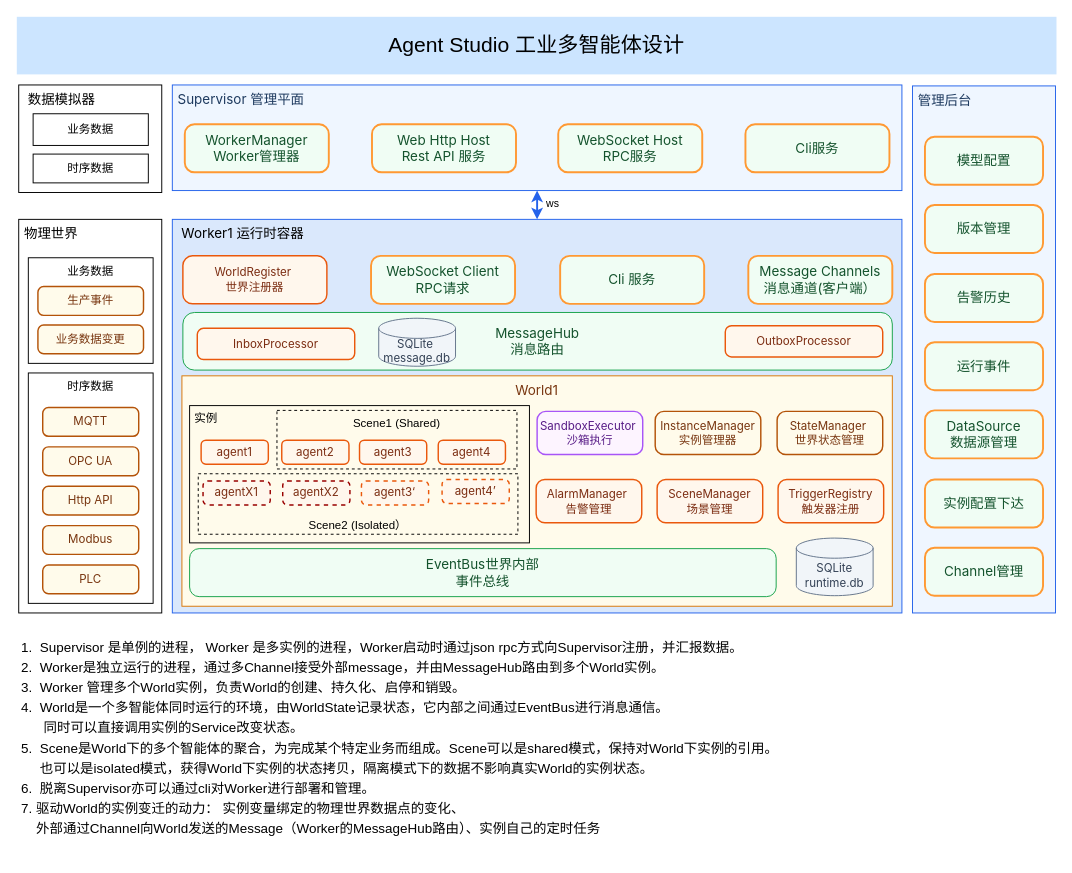
The draw.io diagram diagrams/agent-studio.drawio in yuzhigang/agent-studio, before the edit. Source tidied: cells renumbered, new cells numbered last; positions are measured from the earlier drawing's top-left corner, leaving out a move shared by most shapes. Both pictures are drawn from the tidied source at 96%, with x=0, y=0 at pixel (16, 16).
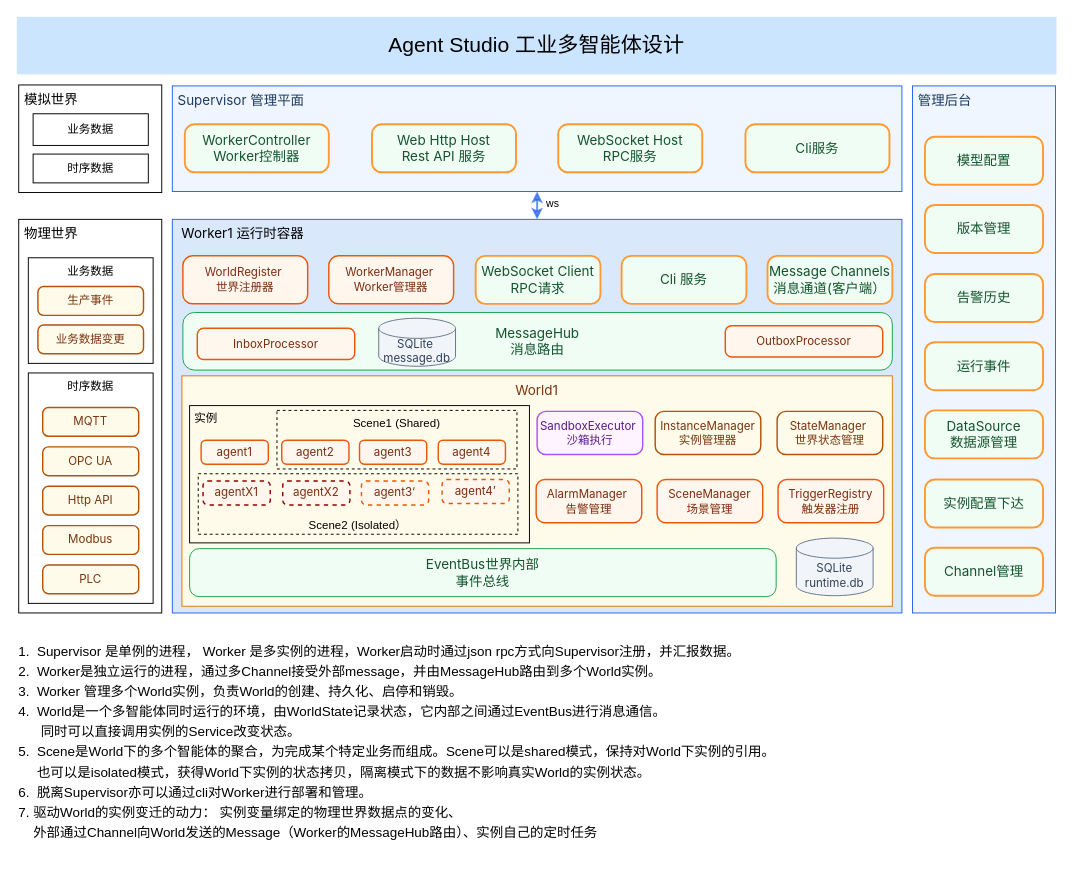
The same diagram, later.

Unchanged cells that the change refers to:
```xml
<mxCell id="3" value="&amp;nbsp; Worker1 运行时容器" style="rounded=0;arcSize=20;html=1;whiteSpace=wrap;fillColor=#dae8fc;strokeColor=#2563EB;strokeWidth=1;fontSize=14;fontFamily=Inter, Roboto, system-ui, -apple-system, sans-serif;verticalAlign=top;align=left;" parent="1" vertex="1">
  <mxGeometry x="162" y="211" width="760" height="410" as="geometry" />
</mxCell>
```

Change to the diagram source:
```diff
@@
-    <mxCell id="2" value="&amp;nbsp; 数据模拟器" style="rounded=0;arcSize=20;html=1;whiteSpace=wrap;strokeWidth=1;fontSize=14;fontFamily=Inter, Roboto, system-ui, -apple-system, sans-serif;verticalAlign=top;align=left;" parent="1" vertex="1">
+    <mxCell id="2" value="&amp;nbsp;模拟世界" style="rounded=0;arcSize=20;html=1;whiteSpace=wrap;strokeWidth=1;fontSize=14;fontFamily=Inter, Roboto, system-ui, -apple-system, sans-serif;verticalAlign=top;align=left;" parent="1" vertex="1">
       <mxGeometry x="2" y="71" width="149" height="112" as="geometry" />
     </mxCell>
@@
     <mxCell id="4" value="&amp;nbsp;Supervisor 管理平面" style="rounded=0;arcSize=20;html=1;whiteSpace=wrap;fillColor=#EFF6FF;strokeColor=#2563EB;strokeWidth=1;fontColor=#1E3A5F;fontSize=14;fontFamily=Inter, Roboto, system-ui, -apple-system, sans-serif;verticalAlign=top;align=left;" parent="1" vertex="1">
-      <mxGeometry x="162" y="71" width="760" height="110" as="geometry" />
+      <mxGeometry x="162" y="72" width="760" height="110" as="geometry" />
     </mxCell>
@@
+    <mxCell id="21" value="&amp;nbsp;实例" style="rounded=0;whiteSpace=wrap;html=1;fillColor=none;verticalAlign=top;align=left;" parent="1" vertex="1">
+      <mxGeometry x="180" y="405" width="354" height="143" as="geometry" />
+    </mxCell>
@@
-    <mxCell id="21" value="&amp;nbsp;实例" style="rounded=0;whiteSpace=wrap;html=1;fillColor=none;verticalAlign=top;align=left;" parent="1" vertex="1">
-      <mxGeometry x="180" y="405" width="354" height="143" as="geometry" />
-    </mxCell>
@@
     <mxCell id="23" value="WorldRegister&amp;nbsp;&lt;div&gt;世界注册器&lt;/div&gt;" style="rounded=1;arcSize=20;html=1;whiteSpace=wrap;fillColor=#FFF7ED;strokeColor=#EA580C;strokeWidth=1.5;fontColor=#7C2D12;fontSize=12;fontFamily=Inter, Roboto, system-ui, -apple-system, sans-serif;verticalAlign=middle;align=center;" parent="1" vertex="1">
-      <mxGeometry x="173" y="249" width="150" height="50" as="geometry" />
+      <mxGeometry x="173" y="249" width="130" height="50" as="geometry" />
     </mxCell>
@@
     <mxCell id="27" value="&lt;div&gt;WebSocket Client&lt;/div&gt;RPC请求" style="rounded=1;arcSize=20;html=1;whiteSpace=wrap;fillColor=#F0FDF4;strokeColor=#FF9933;strokeWidth=2;fontColor=#14532D;fontSize=14;fontFamily=Inter, Roboto, system-ui, -apple-system, sans-serif;verticalAlign=middle;align=center;" parent="1" vertex="1">
-      <mxGeometry x="369" y="249" width="150" height="50" as="geometry" />
+      <mxGeometry x="478" y="249" width="130" height="50" as="geometry" />
     </mxCell>
     <mxCell id="28" value="Cli&amp;nbsp;服务" style="rounded=1;arcSize=20;html=1;whiteSpace=wrap;fillColor=#F0FDF4;strokeColor=#FF9933;strokeWidth=2;fontColor=#14532D;fontSize=14;fontFamily=Inter, Roboto, system-ui, -apple-system, sans-serif;verticalAlign=middle;align=center;" parent="1" vertex="1">
-      <mxGeometry x="566" y="249" width="150" height="50" as="geometry" />
+      <mxGeometry x="630" y="249" width="130" height="50" as="geometry" />
     </mxCell>
@@
-    <mxCell id="31" value="WorkerManager&lt;div&gt;Worker管理器&lt;/div&gt;" style="rounded=1;arcSize=20;html=1;whiteSpace=wrap;fillColor=#F0FDF4;strokeColor=#FF9933;strokeWidth=2;fontColor=#14532D;fontSize=14;fontFamily=Inter, Roboto, system-ui, -apple-system, sans-serif;verticalAlign=middle;align=center;" parent="1" vertex="1">
+    <mxCell id="31" value="WorkerController&lt;div&gt;Worker控制器&lt;/div&gt;" style="rounded=1;arcSize=20;html=1;whiteSpace=wrap;fillColor=#F0FDF4;strokeColor=#FF9933;strokeWidth=2;fontColor=#14532D;fontSize=14;fontFamily=Inter, Roboto, system-ui, -apple-system, sans-serif;verticalAlign=middle;align=center;" parent="1" vertex="1">
       <mxGeometry x="175" y="112" width="150" height="50" as="geometry" />
     </mxCell>
@@
-    <mxCell id="34" style="endArrow=classic;startArrow=classic;html=1;fillColor=#1ba1e2;strokeColor=#2563EB;exitX=0.5;exitY=0;exitDx=0;exitDy=0;entryX=0.5;entryY=1;entryDx=0;entryDy=0;strokeWidth=2;" parent="1" edge="1" source="3" target="4">
+    <mxCell id="34" style="endArrow=classic;startArrow=classic;html=1;fillColor=#1ba1e2;strokeColor=#2563EB;exitX=0.5;exitY=0;exitDx=0;exitDy=0;entryX=0.5;entryY=1;entryDx=0;entryDy=0;strokeWidth=2;opacity=70;" parent="1" edge="1" source="3" target="4">
       <mxGeometry relative="1" as="geometry" />
     </mxCell>
@@
     <mxCell id="37" value="Message Channels&lt;div&gt;消息通道(客户端）&lt;/div&gt;" style="rounded=1;arcSize=20;html=1;whiteSpace=wrap;fillColor=#F0FDF4;strokeColor=#FF9933;strokeWidth=2;fontColor=#14532D;fontSize=14;fontFamily=Inter, Roboto, system-ui, -apple-system, sans-serif;verticalAlign=middle;align=center;" parent="1" vertex="1">
-      <mxGeometry x="762" y="249" width="150" height="50" as="geometry" />
+      <mxGeometry x="782" y="249" width="130" height="50" as="geometry" />
     </mxCell>
@@
     <mxCell id="47" value="&lt;font style=&quot;font-size: 14px; line-height: 150%;&quot;&gt;1.&amp;nbsp; Supervisor&amp;nbsp;是单例的进程，&amp;nbsp;Worker&amp;nbsp;是多实例的进程，Worker启动时通过json rpc方式向Supervisor注册，并汇报数据。&lt;/font&gt;&lt;div style=&quot;line-height: 150%;&quot;&gt;&lt;font style=&quot;font-size: 14px; line-height: 150%;&quot;&gt;2.&amp;nbsp; Worker是独立运行的进程，通过多Channel接受外部message，并由MessageHub路由到多个World实例。&lt;/font&gt;&lt;/div&gt;&lt;div style=&quot;line-height: 150%;&quot;&gt;&lt;font style=&quot;font-size: 14px; line-height: 150%;&quot;&gt;3.&amp;nbsp; Worker&amp;nbsp;管理多个World实例，负责World的创建、持久化、启停和销毁。&lt;/font&gt;&lt;/div&gt;&lt;div style=&quot;line-height: 150%;&quot;&gt;&lt;font style=&quot;font-size: 14px; line-height: 150%;&quot;&gt;4.&amp;nbsp; World是一个多智能体同时运行的环境，由WorldState记录状态，它内部之间通过EventBus进行消息通信。&lt;/font&gt;&lt;/div&gt;&lt;div style=&quot;line-height: 150%;&quot;&gt;&lt;font style=&quot;font-size: 14px; line-height: 150%;&quot;&gt;&amp;nbsp; &amp;nbsp; &amp;nbsp; 同时可以直接调用实例的Service改变状态。&lt;/font&gt;&lt;/div&gt;&lt;div style=&quot;line-height: 150%;&quot;&gt;&lt;font style=&quot;font-size: 14px; line-height: 150%;&quot;&gt;5.&amp;nbsp; Scene是World下的多个智能体的聚合，为完成某个特定业务而组成。Scene可以是shared模式，保持对World下实例的引用。&lt;/font&gt;&lt;/div&gt;&lt;div style=&quot;line-height: 150%;&quot;&gt;&lt;font style=&quot;font-size: 14px; line-height: 150%;&quot;&gt;&amp;nbsp; &amp;nbsp; &amp;nbsp;也可以是isolated模式，获得World下实例的状态拷贝，隔离模式下的数据不影响真实World的实例状态。&lt;/font&gt;&lt;/div&gt;&lt;div style=&quot;line-height: 150%;&quot;&gt;&lt;font style=&quot;font-size: 14px; line-height: 150%;&quot;&gt;6.&amp;nbsp; 脱离Supervisor亦可以通过cli对Worker进行部署和管理。&lt;/font&gt;&lt;/div&gt;&lt;div style=&quot;line-height: 150%;&quot;&gt;&lt;font style=&quot;font-size: 14px; line-height: 150%;&quot;&gt;7.&amp;nbsp;驱动World的实例变迁的动力：&amp;nbsp;实例变量绑定的物理世界数据点的变化、&lt;/font&gt;&lt;/div&gt;&lt;div style=&quot;line-height: 150%;&quot;&gt;&lt;font style=&quot;font-size: 14px; line-height: 150%;&quot;&gt;&amp;nbsp; &amp;nbsp; 外部通过Channel向World发送的Message（Worker的MessageHub路由）、实例自己的定时任务&lt;/font&gt;&lt;/div&gt;" style="text;strokeColor=none;align=left;fillColor=none;html=1;verticalAlign=middle;whiteSpace=wrap;rounded=0;" parent="1" vertex="1">
-      <mxGeometry x="2.5" y="631" width="1080" height="240" as="geometry" />
+      <mxGeometry y="635" width="1080" height="240" as="geometry" />
     </mxCell>
@@
+    <mxCell id="61" value="WorkerManager&amp;nbsp;&lt;div&gt;Worker管理器&lt;/div&gt;" style="rounded=1;arcSize=20;html=1;whiteSpace=wrap;fillColor=#FFF7ED;strokeColor=#EA580C;strokeWidth=1.5;fontColor=#7C2D12;fontSize=12;fontFamily=Inter, Roboto, system-ui, -apple-system, sans-serif;verticalAlign=middle;align=center;" parent="1" vertex="1">
+      <mxGeometry x="325" y="249" width="130" height="50" as="geometry" />
+    </mxCell>
```
